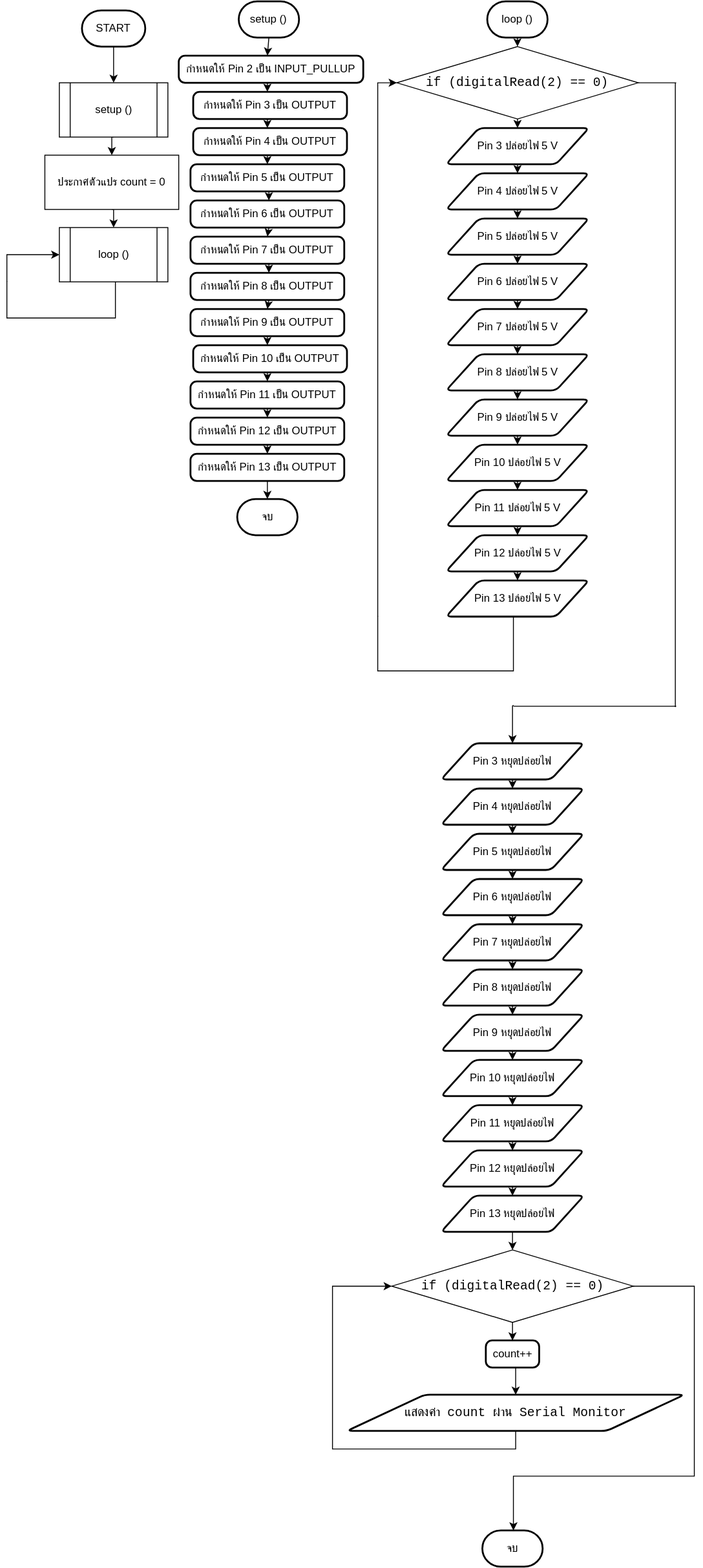
Before: Assignment 3/3-5/3-5 flowchart.svg, a diagram exported from draw.io (ruangrith-ri/MDT112-Homework). Source tidied: cells renumbered, new cells last; positions are measured from the earlier drawing's top-left corner, leaving out a move shared by most shapes.
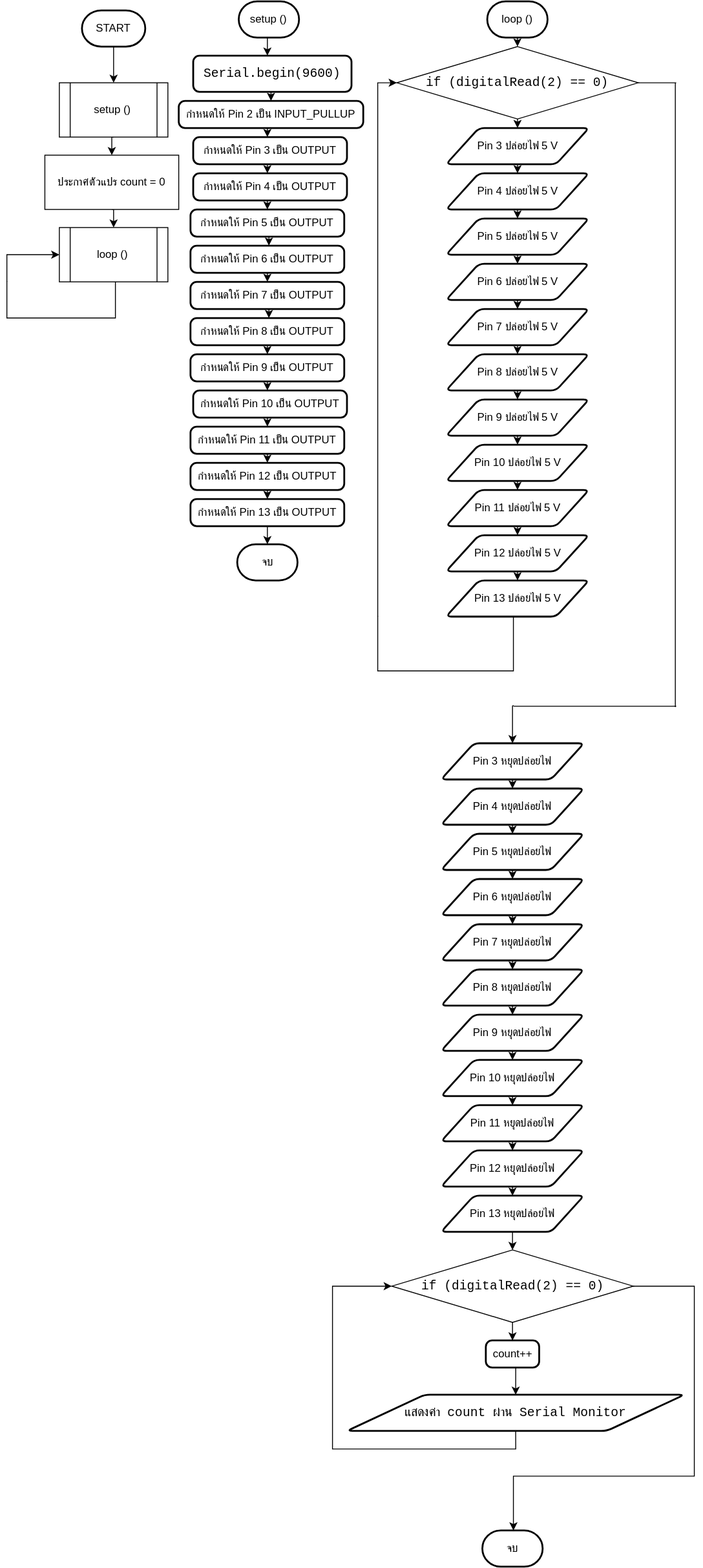
After the commit.

What changed in the source:
```diff
@@ -18,78 +18,78 @@
     </mxCell>
     <mxCell id="6" style="edgeStyle=orthogonalEdgeStyle;rounded=0;orthogonalLoop=1;jettySize=auto;html=1;exitX=0.5;exitY=1;exitDx=0;exitDy=0;entryX=0.5;entryY=0;entryDx=0;entryDy=0;" parent="1" edge="1">
       <mxGeometry relative="1" as="geometry">
-        <mxPoint x="288" y="90" as="sourcePoint" />
-        <mxPoint x="288" y="100" as="targetPoint" />
+        <mxPoint x="288" y="140" as="sourcePoint" />
+        <mxPoint x="288" y="150" as="targetPoint" />
       </mxGeometry>
     </mxCell>
     <mxCell id="7" style="edgeStyle=orthogonalEdgeStyle;rounded=0;orthogonalLoop=1;jettySize=auto;html=1;exitX=0.5;exitY=1;exitDx=0;exitDy=0;entryX=0.5;entryY=0;entryDx=0;entryDy=0;" parent="1" edge="1">
       <mxGeometry relative="1" as="geometry">
-        <mxPoint x="288" y="130" as="sourcePoint" />
-        <mxPoint x="288" y="140" as="targetPoint" />
+        <mxPoint x="288" y="180" as="sourcePoint" />
+        <mxPoint x="288" y="190" as="targetPoint" />
       </mxGeometry>
     </mxCell>
     <mxCell id="8" style="edgeStyle=orthogonalEdgeStyle;rounded=0;orthogonalLoop=1;jettySize=auto;html=1;exitX=0.5;exitY=1;exitDx=0;exitDy=0;entryX=0.5;entryY=0;entryDx=0;entryDy=0;" parent="1" edge="1">
       <mxGeometry relative="1" as="geometry">
-        <mxPoint x="288" y="170" as="sourcePoint" />
-        <mxPoint x="288" y="180" as="targetPoint" />
+        <mxPoint x="288" y="220" as="sourcePoint" />
+        <mxPoint x="288" y="230" as="targetPoint" />
       </mxGeometry>
     </mxCell>
     <mxCell id="9" style="edgeStyle=orthogonalEdgeStyle;rounded=0;orthogonalLoop=1;jettySize=auto;html=1;exitX=0.5;exitY=1;exitDx=0;exitDy=0;entryX=0.5;entryY=0;entryDx=0;entryDy=0;" parent="1" edge="1">
       <mxGeometry relative="1" as="geometry">
-        <mxPoint x="288" y="210" as="sourcePoint" />
-        <mxPoint x="289.7" y="220" as="targetPoint" />
+        <mxPoint x="288" y="260" as="sourcePoint" />
+        <mxPoint x="289.7" y="270" as="targetPoint" />
       </mxGeometry>
     </mxCell>
     <mxCell id="10" style="edgeStyle=orthogonalEdgeStyle;rounded=0;orthogonalLoop=1;jettySize=auto;html=1;exitX=0.5;exitY=1;exitDx=0;exitDy=0;entryX=0.5;entryY=0;entryDx=0;entryDy=0;" parent="1" edge="1">
       <mxGeometry relative="1" as="geometry">
-        <mxPoint x="289.7" y="250" as="sourcePoint" />
-        <mxPoint x="288" y="260" as="targetPoint" />
+        <mxPoint x="289.7" y="300" as="sourcePoint" />
+        <mxPoint x="288" y="310" as="targetPoint" />
       </mxGeometry>
     </mxCell>
     <mxCell id="11" style="edgeStyle=orthogonalEdgeStyle;rounded=0;orthogonalLoop=1;jettySize=auto;html=1;exitX=0.5;exitY=1;exitDx=0;exitDy=0;entryX=0.5;entryY=0;entryDx=0;entryDy=0;" parent="1" edge="1">
       <mxGeometry relative="1" as="geometry">
-        <mxPoint x="288" y="290" as="sourcePoint" />
-        <mxPoint x="289.7" y="300" as="targetPoint" />
+        <mxPoint x="288" y="340" as="sourcePoint" />
+        <mxPoint x="289.7" y="350" as="targetPoint" />
       </mxGeometry>
     </mxCell>
     <mxCell id="12" style="edgeStyle=orthogonalEdgeStyle;rounded=0;orthogonalLoop=1;jettySize=auto;html=1;exitX=0.5;exitY=1;exitDx=0;exitDy=0;entryX=0.5;entryY=0;entryDx=0;entryDy=0;" parent="1" edge="1">
       <mxGeometry relative="1" as="geometry">
-        <mxPoint x="289.7" y="330" as="sourcePoint" />
-        <mxPoint x="288" y="340" as="targetPoint" />
+        <mxPoint x="289.7" y="380" as="sourcePoint" />
+        <mxPoint x="288" y="390" as="targetPoint" />
       </mxGeometry>
     </mxCell>
     <mxCell id="13" style="edgeStyle=orthogonalEdgeStyle;rounded=0;orthogonalLoop=1;jettySize=auto;html=1;exitX=0.5;exitY=1;exitDx=0;exitDy=0;entryX=0.5;entryY=0;entryDx=0;entryDy=0;" parent="1" edge="1">
       <mxGeometry relative="1" as="geometry">
-        <mxPoint x="288" y="370" as="sourcePoint" />
-        <mxPoint x="288" y="380" as="targetPoint" />
+        <mxPoint x="288" y="420" as="sourcePoint" />
+        <mxPoint x="288" y="430" as="targetPoint" />
       </mxGeometry>
     </mxCell>
     <mxCell id="14" style="edgeStyle=orthogonalEdgeStyle;rounded=0;orthogonalLoop=1;jettySize=auto;html=1;exitX=0.5;exitY=1;exitDx=0;exitDy=0;entryX=0.5;entryY=0;entryDx=0;entryDy=0;" parent="1" edge="1">
       <mxGeometry relative="1" as="geometry">
-        <mxPoint x="288" y="410" as="sourcePoint" />
-        <mxPoint x="288" y="420" as="targetPoint" />
+        <mxPoint x="288" y="460" as="sourcePoint" />
+        <mxPoint x="288" y="470" as="targetPoint" />
       </mxGeometry>
     </mxCell>
     <mxCell id="15" style="edgeStyle=orthogonalEdgeStyle;rounded=0;orthogonalLoop=1;jettySize=auto;html=1;exitX=0.5;exitY=1;exitDx=0;exitDy=0;entryX=0.5;entryY=0;entryDx=0;entryDy=0;" parent="1" edge="1">
       <mxGeometry relative="1" as="geometry">
-        <mxPoint x="288" y="450" as="sourcePoint" />
-        <mxPoint x="288" y="460" as="targetPoint" />
+        <mxPoint x="288" y="500" as="sourcePoint" />
+        <mxPoint x="288" y="510" as="targetPoint" />
       </mxGeometry>
     </mxCell>
     <mxCell id="16" style="edgeStyle=orthogonalEdgeStyle;rounded=0;orthogonalLoop=1;jettySize=auto;html=1;exitX=0.5;exitY=1;exitDx=0;exitDy=0;entryX=0.5;entryY=0;entryDx=0;entryDy=0;" parent="1" edge="1">
       <mxGeometry relative="1" as="geometry">
-        <mxPoint x="288" y="490" as="sourcePoint" />
-        <mxPoint x="288" y="500" as="targetPoint" />
+        <mxPoint x="288" y="540" as="sourcePoint" />
+        <mxPoint x="288" y="550" as="targetPoint" />
       </mxGeometry>
     </mxCell>
     <mxCell id="17" style="edgeStyle=orthogonalEdgeStyle;rounded=0;orthogonalLoop=1;jettySize=auto;html=1;exitX=0.5;exitY=1;exitDx=0;exitDy=0;" parent="1" edge="1">
       <mxGeometry relative="1" as="geometry">
-        <mxPoint x="288" y="530" as="sourcePoint" />
-        <mxPoint x="288" y="550" as="targetPoint" />
+        <mxPoint x="288" y="580" as="sourcePoint" />
+        <mxPoint x="288" y="600" as="targetPoint" />
       </mxGeometry>
     </mxCell>
     <mxCell id="18" value="จบ" style="strokeWidth=2;html=1;shape=mxgraph.flowchart.terminator;whiteSpace=wrap;" parent="1" vertex="1">
-      <mxGeometry x="254.7" y="550" width="66.7" height="40" as="geometry" />
+      <mxGeometry x="254.7" y="600" width="66.7" height="40" as="geometry" />
     </mxCell>
     <mxCell id="19" style="edgeStyle=orthogonalEdgeStyle;rounded=0;jettySize=auto;html=1;exitX=0.5;exitY=1;exitDx=0;exitDy=0;exitPerimeter=0;entryX=0.5;entryY=0;entryDx=0;entryDy=0;" parent="1" edge="1" source="20" target="44">
       <mxGeometry relative="1" as="geometry" />
@@ -113,40 +113,40 @@
       <mxGeometry y="310" width="120" height="40" as="geometry" />
     </mxCell>
     <mxCell id="26" value="&lt;span style=&quot;white-space: normal&quot;&gt;กำหนดให้ Pin 2 เป็น INPUT_PULLUP&lt;/span&gt;" style="rounded=1;whiteSpace=wrap;html=1;absoluteArcSize=1;arcSize=14;strokeWidth=2;" parent="1" vertex="1">
-      <mxGeometry x="190" y="60" width="204" height="30" as="geometry" />
+      <mxGeometry x="190" y="110" width="204" height="30" as="geometry" />
     </mxCell>
     <mxCell id="27" value="&lt;span style=&quot;white-space: normal&quot;&gt;กำหนดให้ Pin 3 เป็น OUTPUT&lt;/span&gt;" style="rounded=1;whiteSpace=wrap;html=1;absoluteArcSize=1;arcSize=14;strokeWidth=2;" parent="1" vertex="1">
-      <mxGeometry x="206" y="100" width="170" height="30" as="geometry" />
+      <mxGeometry x="206" y="150" width="170" height="30" as="geometry" />
     </mxCell>
     <mxCell id="28" value="&lt;span style=&quot;white-space: normal&quot;&gt;กำหนดให้ Pin 4 เป็น OUTPUT&lt;/span&gt;" style="rounded=1;whiteSpace=wrap;html=1;absoluteArcSize=1;arcSize=14;strokeWidth=2;" parent="1" vertex="1">
-      <mxGeometry x="206" y="140" width="170" height="30" as="geometry" />
+      <mxGeometry x="206" y="190" width="170" height="30" as="geometry" />
     </mxCell>
     <mxCell id="29" value="&lt;span style=&quot;white-space: normal&quot;&gt;กำหนดให้ Pin 5 เป็น OUTPUT&lt;/span&gt;" style="rounded=1;whiteSpace=wrap;html=1;absoluteArcSize=1;arcSize=14;strokeWidth=2;" parent="1" vertex="1">
-      <mxGeometry x="203" y="180" width="170" height="30" as="geometry" />
+      <mxGeometry x="203" y="230" width="170" height="30" as="geometry" />
     </mxCell>
     <mxCell id="30" value="&lt;span style=&quot;white-space: normal&quot;&gt;กำหนดให้ Pin 6 เป็น OUTPUT&lt;/span&gt;" style="rounded=1;whiteSpace=wrap;html=1;absoluteArcSize=1;arcSize=14;strokeWidth=2;" parent="1" vertex="1">
-      <mxGeometry x="203" y="220" width="170" height="30" as="geometry" />
+      <mxGeometry x="203" y="270" width="170" height="30" as="geometry" />
     </mxCell>
     <mxCell id="31" value="&lt;span style=&quot;white-space: normal&quot;&gt;กำหนดให้ Pin 7 เป็น OUTPUT&lt;/span&gt;" style="rounded=1;whiteSpace=wrap;html=1;absoluteArcSize=1;arcSize=14;strokeWidth=2;" parent="1" vertex="1">
-      <mxGeometry x="203" y="260" width="170" height="30" as="geometry" />
+      <mxGeometry x="203" y="310" width="170" height="30" as="geometry" />
     </mxCell>
     <mxCell id="32" value="&lt;span style=&quot;white-space: normal&quot;&gt;กำหนดให้ Pin 8 เป็น OUTPUT&lt;/span&gt;" style="rounded=1;whiteSpace=wrap;html=1;absoluteArcSize=1;arcSize=14;strokeWidth=2;" parent="1" vertex="1">
-      <mxGeometry x="203" y="300" width="170" height="30" as="geometry" />
+      <mxGeometry x="203" y="350" width="170" height="30" as="geometry" />
     </mxCell>
     <mxCell id="33" value="&lt;span style=&quot;white-space: normal&quot;&gt;กำหนดให้ Pin 9 เป็น OUTPUT&lt;/span&gt;" style="rounded=1;whiteSpace=wrap;html=1;absoluteArcSize=1;arcSize=14;strokeWidth=2;" parent="1" vertex="1">
-      <mxGeometry x="203" y="340" width="170" height="30" as="geometry" />
+      <mxGeometry x="203" y="390" width="170" height="30" as="geometry" />
     </mxCell>
     <mxCell id="34" value="&lt;span style=&quot;white-space: normal&quot;&gt;กำหนดให้ Pin 10 เป็น OUTPUT&lt;/span&gt;" style="rounded=1;whiteSpace=wrap;html=1;absoluteArcSize=1;arcSize=14;strokeWidth=2;" parent="1" vertex="1">
-      <mxGeometry x="206" y="380" width="170" height="30" as="geometry" />
+      <mxGeometry x="206" y="430" width="170" height="30" as="geometry" />
     </mxCell>
     <mxCell id="35" value="&lt;span style=&quot;white-space: normal&quot;&gt;กำหนดให้ Pin 11 เป็น OUTPUT&lt;/span&gt;" style="rounded=1;whiteSpace=wrap;html=1;absoluteArcSize=1;arcSize=14;strokeWidth=2;" parent="1" vertex="1">
-      <mxGeometry x="203" y="420" width="170" height="30" as="geometry" />
+      <mxGeometry x="203" y="470" width="170" height="30" as="geometry" />
     </mxCell>
     <mxCell id="36" value="&lt;span style=&quot;white-space: normal&quot;&gt;กำหนดให้ Pin 12 เป็น OUTPUT&lt;/span&gt;" style="rounded=1;whiteSpace=wrap;html=1;absoluteArcSize=1;arcSize=14;strokeWidth=2;" parent="1" vertex="1">
-      <mxGeometry x="203" y="460" width="170" height="30" as="geometry" />
+      <mxGeometry x="203" y="510" width="170" height="30" as="geometry" />
     </mxCell>
     <mxCell id="37" value="&lt;span style=&quot;white-space: normal&quot;&gt;กำหนดให้ Pin 13 เป็น OUTPUT&lt;/span&gt;" style="rounded=1;whiteSpace=wrap;html=1;absoluteArcSize=1;arcSize=14;strokeWidth=2;" parent="1" vertex="1">
-      <mxGeometry x="203" y="500" width="170" height="30" as="geometry" />
+      <mxGeometry x="203" y="550" width="170" height="30" as="geometry" />
     </mxCell>
     <mxCell id="38" style="edgeStyle=orthogonalEdgeStyle;rounded=0;jettySize=auto;html=1;exitX=0.5;exitY=1;exitDx=0;exitDy=0;entryX=0.5;entryY=0;entryDx=0;entryDy=0;" parent="1" edge="1" source="39" target="46">
       <mxGeometry relative="1" as="geometry" />
@@ -348,5 +348,11 @@
     <mxCell id="98" value="&lt;div style=&quot;font-family: &amp;#34;consolas&amp;#34; , &amp;#34;courier new&amp;#34; , monospace ; font-size: 14px ; line-height: 19px ; white-space: pre&quot;&gt;&lt;span style=&quot;background-color: rgb(255 , 255 , 255)&quot;&gt;แสดงค่า count ผ่าน Serial Monitor&lt;/span&gt;&lt;/div&gt;" style="shape=parallelogram;html=1;strokeWidth=2;perimeter=parallelogramPerimeter;whiteSpace=wrap;rounded=1;arcSize=12;size=0.23;" parent="1" vertex="1">
       <mxGeometry x="376" y="1540" width="373" height="40" as="geometry" />
     </mxCell>
+    <mxCell id="99" style="edgeStyle=orthogonalEdgeStyle;rounded=0;jettySize=auto;html=1;exitX=0.5;exitY=1;exitDx=0;exitDy=0;entryX=0.5;entryY=0;entryDx=0;entryDy=0;" parent="1" edge="1" source="100" target="26">
+      <mxGeometry relative="1" as="geometry" />
+    </mxCell>
+    <mxCell id="100" value="&lt;div style=&quot;font-family: &amp;#34;consolas&amp;#34; , &amp;#34;courier new&amp;#34; , monospace ; font-size: 14px ; line-height: 19px ; white-space: pre&quot;&gt;Serial.begin(9600)&lt;/div&gt;" style="rounded=1;whiteSpace=wrap;html=1;absoluteArcSize=1;arcSize=14;strokeWidth=2;" parent="1" vertex="1">
+      <mxGeometry x="206" y="60" width="175" height="40" as="geometry" />
+    </mxCell>
   </root>
 </mxGraphModel>
```
